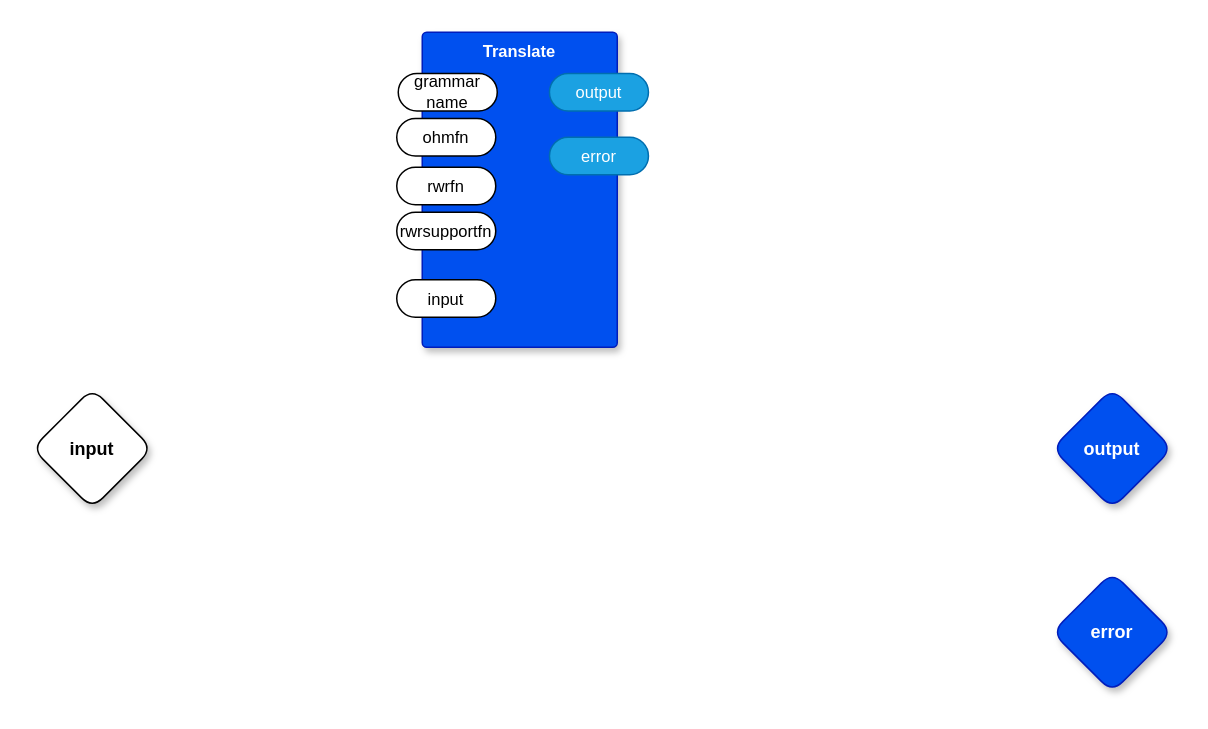
Above: page "main" (1 of 4) of templates/project.drawio in guitarvydas/0D (draw.io), before the change. Source tidied: cells renumbered, new cells numbered last; positions are measured from the earlier drawing's top-left corner, leaving out a move shared by most shapes. Both pictures are drawn from the tidied source at 150%, with x=0, y=0 at pixel (32, 32).
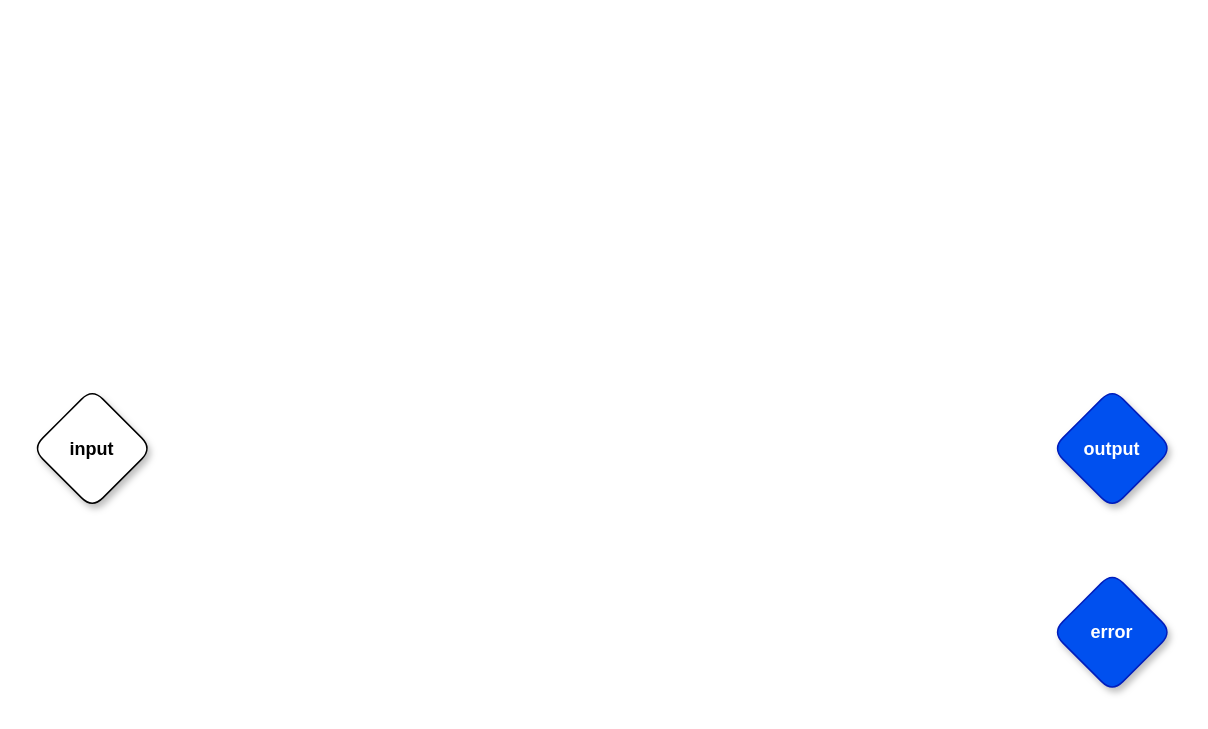
After the change.

Commit message:
deleted spurious component from project.drawio, deleted 0Dall.xml

What changed in the source:
```diff
@@
 <mxGraphModel>
   <root>
     <mxCell id="0" />
     <mxCell id="1" parent="0" />
     <mxCell id="2" value="input" style="rhombus;whiteSpace=wrap;html=1;rounded=1;fontStyle=1;glass=0;sketch=0;fontSize=12;shadow=1;fontFamily=Helvetica;fontColor=default;" parent="1" vertex="1">
       <mxGeometry y="237.5" width="80" height="80" as="geometry" />
     </mxCell>
     <mxCell id="3" value="output" style="rhombus;whiteSpace=wrap;html=1;rounded=1;fillColor=#0050ef;fontColor=#ffffff;strokeColor=#001DBC;fontStyle=1;glass=0;sketch=0;fontSize=12;shadow=1;fontFamily=Helvetica;" parent="1" vertex="1">
       <mxGeometry x="680" y="237.5" width="80" height="80" as="geometry" />
     </mxCell>
     <mxCell id="4" value="error" style="rhombus;whiteSpace=wrap;html=1;rounded=1;fillColor=#0050ef;fontColor=#ffffff;strokeColor=#001DBC;fontStyle=1;glass=0;sketch=0;fontSize=12;shadow=1;fontFamily=Helvetica;" parent="1" vertex="1">
       <mxGeometry x="680" y="360" width="80" height="80" as="geometry" />
     </mxCell>
-    <mxCell id="5" value="Translate" style="rounded=1;whiteSpace=wrap;html=1;sketch=0;verticalAlign=top;arcSize=6;fontStyle=1;absoluteArcSize=1;shadow=1;strokeColor=#001DBC;fillColor=#0050ef;fontColor=#ffffff;fontFamily=Helvetica;fontSize=11;" parent="1" vertex="1">
-      <mxGeometry x="260" width="130" height="210" as="geometry" />
-    </mxCell>
-    <mxCell id="6" value="ohmfn" style="rounded=1;whiteSpace=wrap;html=1;sketch=0;arcSize=50;fontFamily=Helvetica;fontSize=11;fontColor=default;fontStyle=0;" parent="5" vertex="1">
-      <mxGeometry x="-17" y="57.5" width="66" height="25" as="geometry" />
-    </mxCell>
-    <mxCell id="7" value="output" style="rounded=1;whiteSpace=wrap;html=1;sketch=0;fillColor=#1ba1e2;fontColor=#ffffff;strokeColor=#006EAF;arcSize=50;fontFamily=Helvetica;fontSize=11;" parent="5" vertex="1">
-      <mxGeometry x="84.8" y="27.5" width="66" height="25" as="geometry" />
-    </mxCell>
-    <mxCell id="8" value="error" style="rounded=1;whiteSpace=wrap;html=1;sketch=0;fillColor=#1ba1e2;fontColor=#ffffff;strokeColor=#006EAF;arcSize=50;fontFamily=Helvetica;fontSize=11;" parent="5" vertex="1">
-      <mxGeometry x="84.8" y="70" width="66" height="25" as="geometry" />
-    </mxCell>
-    <mxCell id="9" value="rwrfn" style="rounded=1;whiteSpace=wrap;html=1;sketch=0;arcSize=50;fontFamily=Helvetica;fontSize=11;fontColor=default;" parent="5" vertex="1">
-      <mxGeometry x="-17" y="90" width="66" height="25" as="geometry" />
-    </mxCell>
-    <mxCell id="10" value="input" style="rounded=1;whiteSpace=wrap;html=1;sketch=0;arcSize=50;fontFamily=Helvetica;fontSize=11;fontColor=default;" parent="5" vertex="1">
-      <mxGeometry x="-17" y="165" width="66" height="25" as="geometry" />
-    </mxCell>
-    <mxCell id="11" value="grammar name" style="rounded=1;whiteSpace=wrap;html=1;sketch=0;arcSize=50;fontFamily=Helvetica;fontSize=11;fontColor=default;" parent="5" vertex="1">
-      <mxGeometry x="-16" y="27.5" width="66" height="25" as="geometry" />
-    </mxCell>
-    <mxCell id="12" value="rwrsupportfn" style="rounded=1;whiteSpace=wrap;html=1;sketch=0;arcSize=50;fontFamily=Helvetica;fontSize=11;fontColor=default;" parent="5" vertex="1">
-      <mxGeometry x="-17" y="120" width="66" height="25" as="geometry" />
-    </mxCell>
   </root>
 </mxGraphModel>
```
